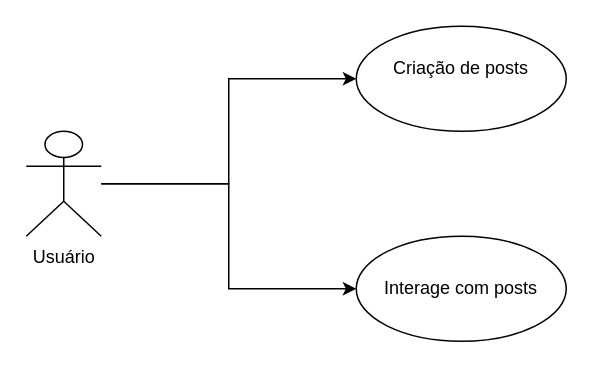
The draw.io diagram Diagrama 4IF.drawio in BrunoTdS456123/PPO2, before the edit. Source tidied: cells renumbered, new cells numbered last; positions are measured from the earlier drawing's top-left corner, leaving out a move shared by most shapes. Both pictures are drawn from the tidied source at 150%, with x=0, y=0 at pixel (26, 26).
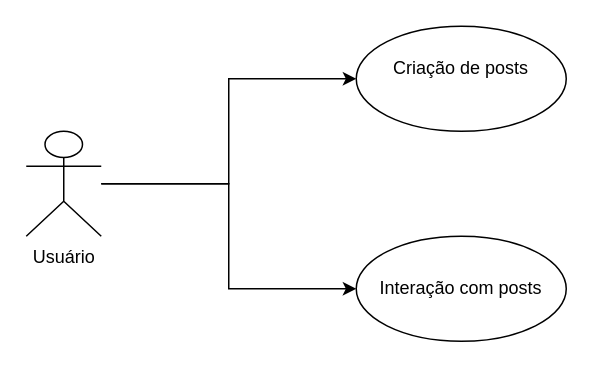
The same page after the edit.

The edit, as a diff of the source:
```diff
@@
 <mxGraphModel>
   <root>
     <mxCell id="0" />
     <mxCell id="1" parent="0" />
     <mxCell id="2" style="edgeStyle=orthogonalEdgeStyle;rounded=0;jettySize=auto;html=1;entryX=0;entryY=0.5;entryDx=0;entryDy=0;" parent="1" edge="1" source="4" target="6">
       <mxGeometry relative="1" as="geometry" />
     </mxCell>
     <mxCell id="3" style="edgeStyle=orthogonalEdgeStyle;rounded=0;jettySize=auto;html=1;" parent="1" edge="1" source="4" target="5">
       <mxGeometry relative="1" as="geometry" />
     </mxCell>
     <mxCell id="4" value="Usuário" style="shape=umlActor;verticalLabelPosition=bottom;verticalAlign=top;html=1;" parent="1" vertex="1">
       <mxGeometry y="70" width="50" height="70" as="geometry" />
     </mxCell>
     <mxCell id="5" value="Criação de posts&lt;div&gt;&lt;br&gt;&lt;/div&gt;" style="ellipse;whiteSpace=wrap;html=1;" parent="1" vertex="1">
       <mxGeometry x="220" width="140" height="70" as="geometry" />
     </mxCell>
-    <mxCell id="6" value="Interage com posts" style="ellipse;whiteSpace=wrap;html=1;" parent="1" vertex="1">
+    <mxCell id="6" value="Interação com posts" style="ellipse;whiteSpace=wrap;html=1;" parent="1" vertex="1">
       <mxGeometry x="220" y="140" width="140" height="70" as="geometry" />
     </mxCell>
   </root>
 </mxGraphModel>
```
